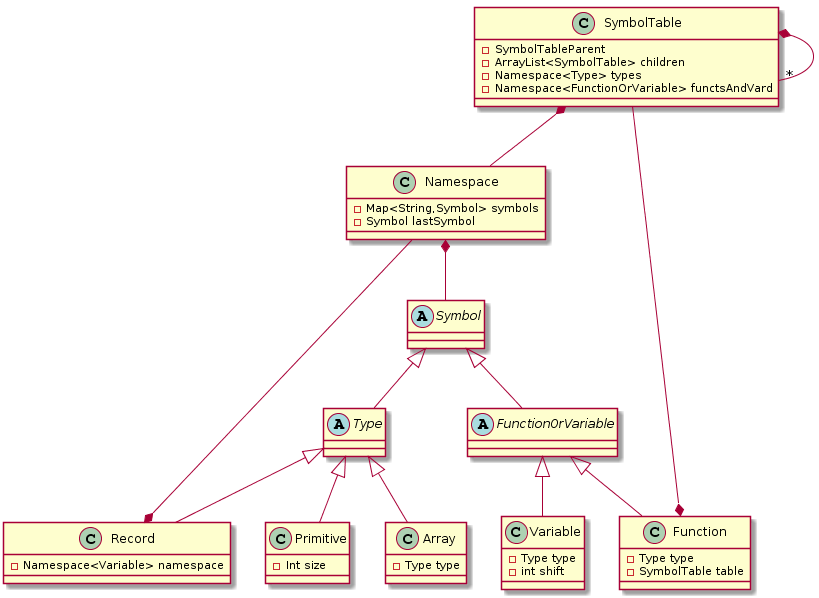
This is misc/diagrams/classes.png from MacTiger/mac-tiger, a PlantUML export, as it was before one commit. Its source is kept beside it as misc/diagrams/classes.plantuml. Its diagram source:
```plantuml
@startuml
Class Namespace{
-Map<String,Symbol> symbols
-Symbol lastSymbol
}
Namespace *-- Symbol
Record *-- Namespace
Abstract class Type{

}

Class Array{
-Type type
}
Class Primitive{
-Int size
}
Class Record{
-Namespace<Variable> namespace
}
Type <|--Array
Type <|--Primitive
Type <|-- Record


Abstract class Symbol{

}
Abstract class FunctionOrVariable{

}
Class Function{
-Type type
-SymbolTable table
}
Class Variable{
-Type type
-int shift
}
Symbol <|-- FunctionOrVariable
FunctionOrVariable <|-- Function
SymbolTable --* Function
FunctionOrVariable <|--Variable
Symbol <|-- Type



Class SymbolTable{
-SymbolTableParent
-ArrayList<SymbolTable> children
-Namespace<Type> types
-Namespace<FunctionOrVariable> functsAndVard
}
SymbolTable*--"*"SymbolTable
SymbolTable *--Namespace
@enduml
```
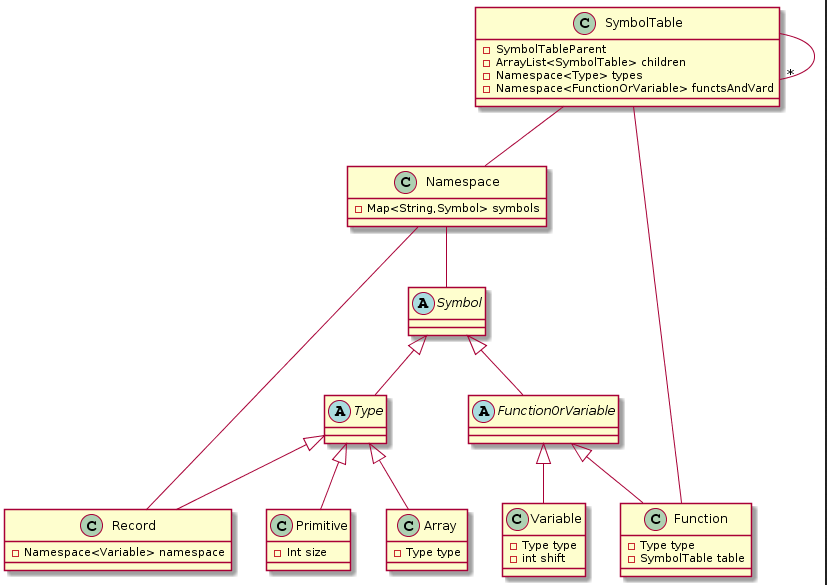
The same file after the commit.

Commit message:
changement diag classe

The edit, as a diff of the source:
```diff
@@ -1,10 +1,9 @@
 @startuml
 Class Namespace{
 -Map<String,Symbol> symbols
--Symbol lastSymbol
 }
-Namespace *-- Symbol
-Record *-- Namespace
+Namespace -- Symbol
+Record -- Namespace
 Abstract class Type{
 
 }
@@ -39,7 +38,7 @@
 }
 Symbol <|-- FunctionOrVariable
 FunctionOrVariable <|-- Function
-SymbolTable --* Function
+SymbolTable -- Function
 FunctionOrVariable <|--Variable
 Symbol <|-- Type
 
@@ -51,6 +50,6 @@
 -Namespace<Type> types
 -Namespace<FunctionOrVariable> functsAndVard
 }
-SymbolTable*--"*"SymbolTable
-SymbolTable *--Namespace
+SymbolTable--"*"SymbolTable
+SymbolTable --Namespace
 @enduml
```
